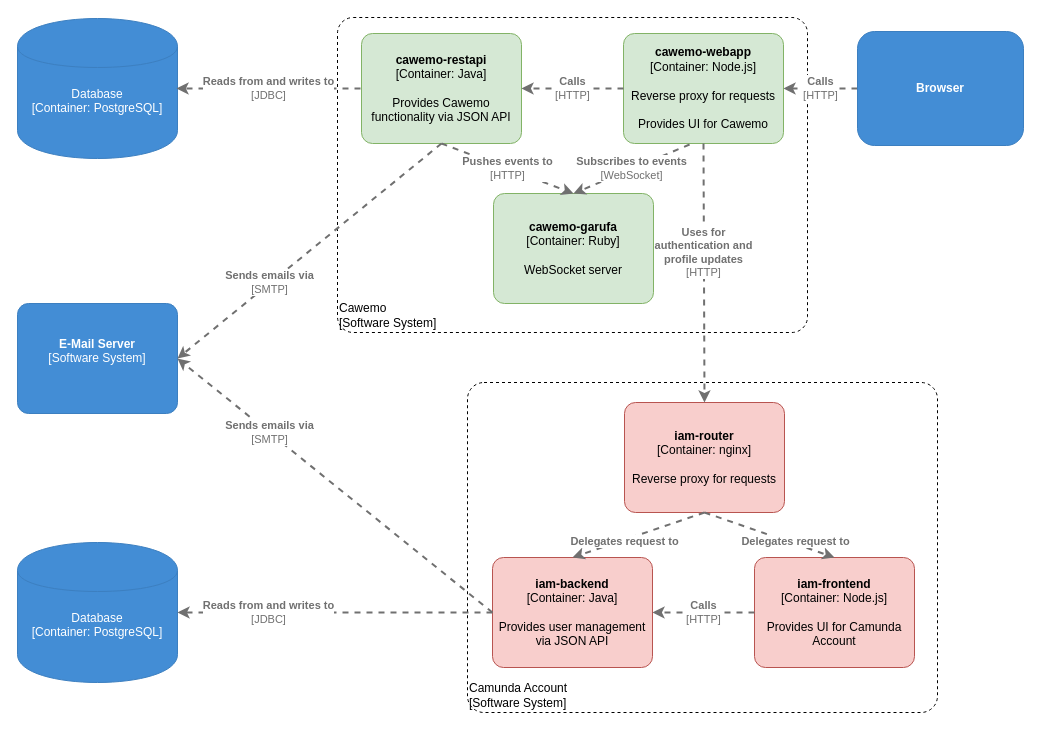
This is content/technical-guide/architecture.drawio from camunda/camunda-docs-cawemo, a draw.io file, before an edit. Source tidied: cells renumbered, new cells numbered last; positions are measured from the earlier drawing's top-left corner, leaving out a move shared by most shapes. Both pictures are drawn from the tidied source at 100%, with x=0, y=0 at pixel (17, 17).
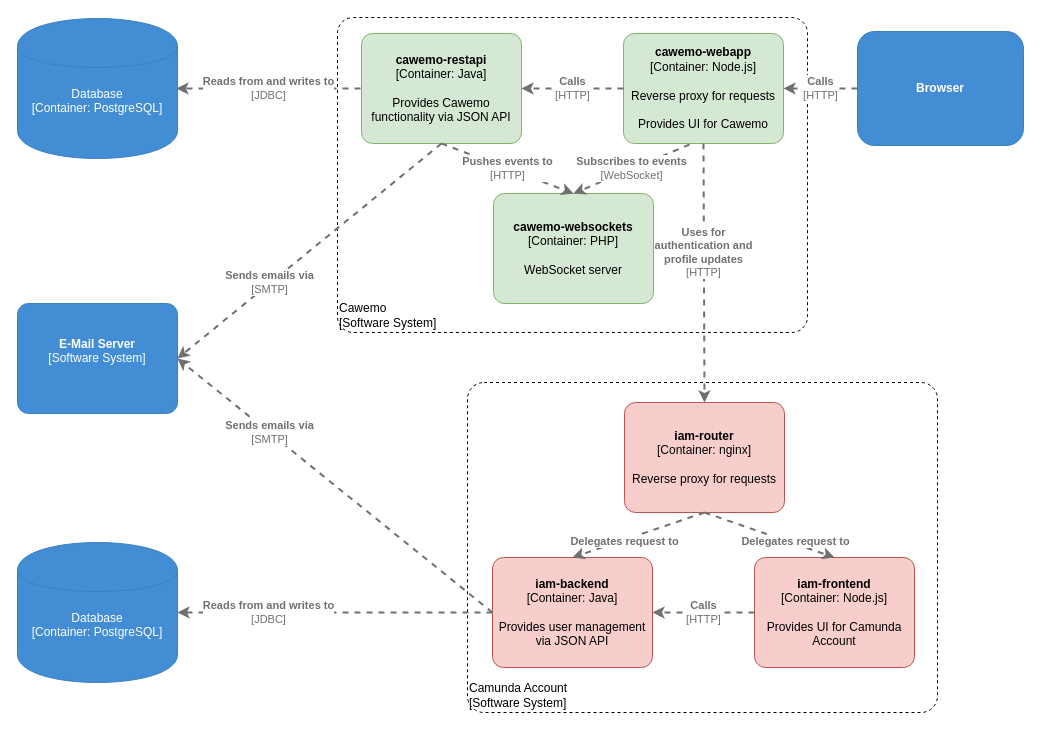
The same diagram, later.

Commit message (it also covers changes not shown here):
chore(architecture): replace garufa with cawemo-websockets

The edit, as a diff of the source:
```diff
@@
-    <object id="9" label="&lt;b&gt;%c4Name%&lt;/b&gt;&lt;div&gt;[%c4Type%: %c4Technology%]&lt;/div&gt;&lt;br&gt;&lt;div&gt;%c4Description%&lt;/div&gt;" c4Description="WebSocket server" c4Name="cawemo-garufa" c4Technology="Ruby" c4Type="Container" placeholders="1">
+    <object id="9" label="&lt;b&gt;%c4Name%&lt;/b&gt;&lt;div&gt;[%c4Type%: %c4Technology%]&lt;/div&gt;&lt;br&gt;&lt;div&gt;%c4Description%&lt;/div&gt;" c4Description="WebSocket server" c4Name="cawemo-websockets" c4Technology="PHP" c4Type="Container" placeholders="1">
       <mxCell style="whiteSpace=wrap;html=1;labelBackgroundColor=none;fillColor=#d5e8d4;align=center;arcSize=10;strokeColor=#82b366;metaData={&quot;c4Type&quot;:{&quot;editable&quot;:false}};points=[[0.25,0,0],[0.5,0,0],[0.75,0,0],[1,0.25,0],[1,0.5,0],[1,0.75,0],[0.75,1,0],[0.5,1,0],[0.25,1,0],[0,0.75,0],[0,0.5,0],[0,0.25,0]];rounded=1;" parent="1" vertex="1">
         <mxGeometry x="476" y="176" width="160" height="110" as="geometry" />
       </mxCell>
     </object>
```
